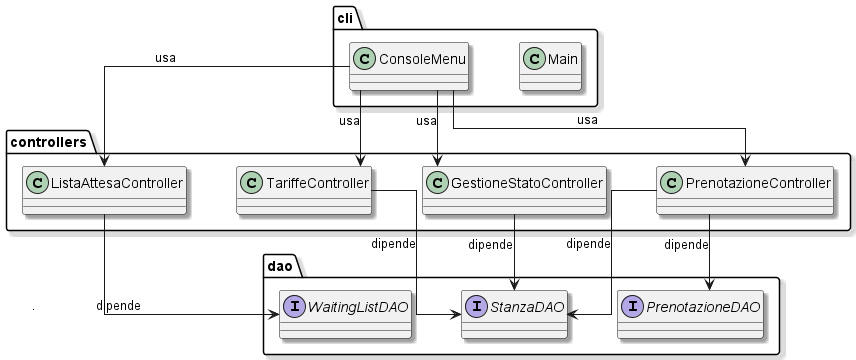
This is LaTeX/images/fig_3_4_class_diagram_controllers.png from Adrycasta04/EscapeManager, a PlantUML export, as it was before one commit. The source it was exported from:
```plantuml
@startuml fig_3_4_class_diagram_controllers
skinparam classAttributeIconSize 0
skinparam linetype ortho
skinparam shadowing true
skinparam packageStyle folder
skinparam nodesep 50
skinparam ranksep 40

package "cli" {
    class Main
    class ConsoleMenu
}

package "controllers" {
    class PrenotazioneController
    class GestioneStatoController
    class TariffeController
    class ListaAttesaController
}

package "dao" {
    interface StanzaDAO
    interface PrenotazioneDAO
    interface WaitingListDAO
}

ConsoleMenu --> PrenotazioneController : usa
ConsoleMenu --> GestioneStatoController : usa
ConsoleMenu --> TariffeController : usa
ConsoleMenu --> ListaAttesaController : usa

PrenotazioneController --> PrenotazioneDAO : dipende
PrenotazioneController --> StanzaDAO : dipende
GestioneStatoController --> StanzaDAO : dipende
TariffeController --> StanzaDAO : dipende
ListaAttesaController --> WaitingListDAO : ".               dipende"

@enduml
```
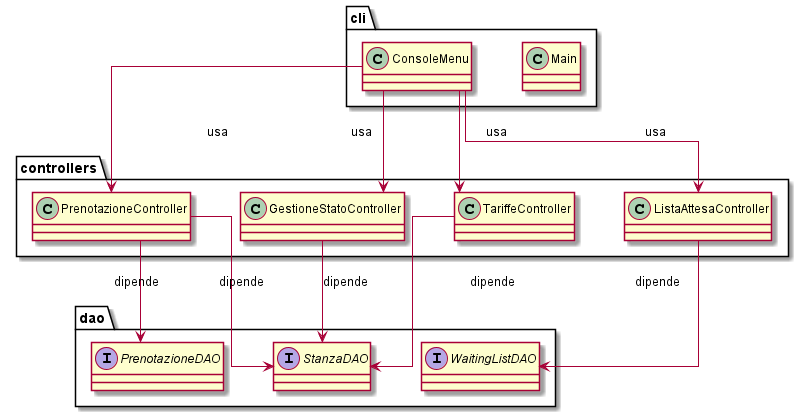
After the change.

The edit, as a diff of the source:
```diff
@@ -33,6 +33,6 @@
 PrenotazioneController --> StanzaDAO : dipende
 GestioneStatoController --> StanzaDAO : dipende
 TariffeController --> StanzaDAO : dipende
-ListaAttesaController --> WaitingListDAO : ".               dipende"
+ListaAttesaController --> WaitingListDAO : dipende
 
 @enduml
```
